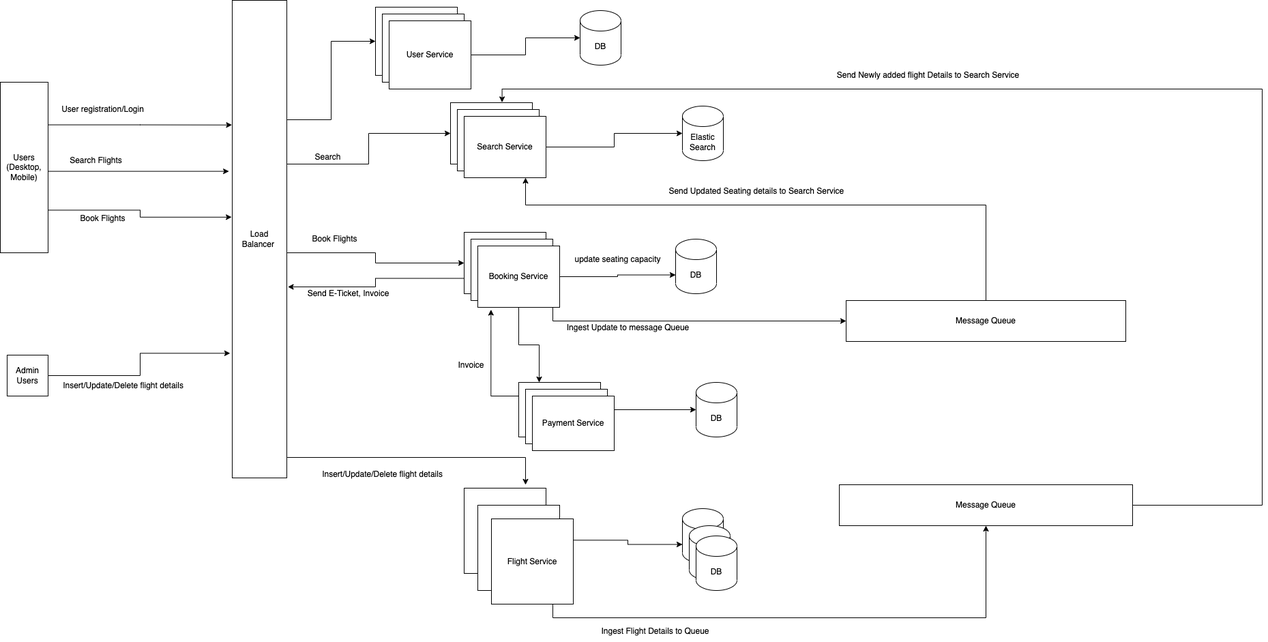
TanayaKarmakar/high_level_design keeps this draw.io diagram as airline_mgmt/Untitled Diagram.drawio.png. Above is the earlier version. Source tidied: cells renumbered, new cells last; positions are measured from the earlier drawing's top-left corner, leaving out a move shared by most shapes.
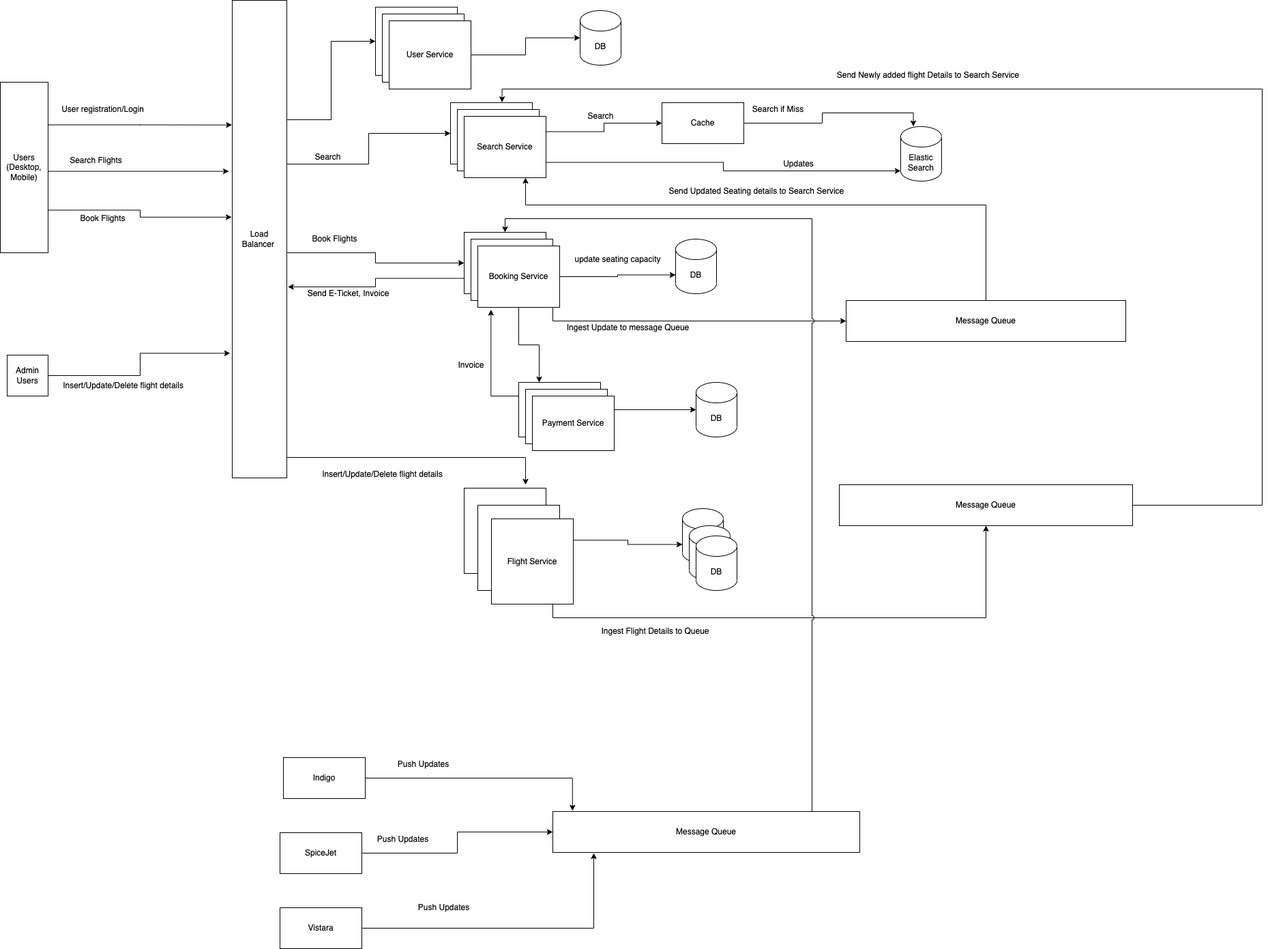
Above is the later version.

The edit, as a diff of the source:
```diff
@@ -66,7 +66,10 @@
     <mxCell id="15" value="Search Service" style="rounded=0;whiteSpace=wrap;html=1;" parent="1" vertex="1">
       <mxGeometry x="670" y="160" width="120" height="90" as="geometry" />
     </mxCell>
+    <mxCell id="63" style="edgeStyle=orthogonalEdgeStyle;rounded=0;jumpStyle=arc;jettySize=auto;html=1;exitX=1;exitY=0.25;exitDx=0;exitDy=0;entryX=0;entryY=0.5;entryDx=0;entryDy=0;" parent="1" edge="1" source="17" target="76">
+      <mxGeometry relative="1" as="geometry" />
+    </mxCell>
-    <mxCell id="16" style="edgeStyle=orthogonalEdgeStyle;rounded=0;jettySize=auto;html=1;exitX=1;exitY=0.5;exitDx=0;exitDy=0;" parent="1" edge="1" source="17" target="19">
+    <mxCell id="16" style="edgeStyle=orthogonalEdgeStyle;rounded=0;jumpStyle=arc;jettySize=auto;html=1;exitX=1;exitY=0.75;exitDx=0;exitDy=0;entryX=0;entryY=1;entryDx=0;entryDy=-15;entryPerimeter=0;" parent="1" edge="1" source="17" target="19">
       <mxGeometry relative="1" as="geometry" />
     </mxCell>
     <mxCell id="17" value="Search Service" style="rounded=0;whiteSpace=wrap;html=1;" parent="1" vertex="1">
@@ -76,7 +79,7 @@
       <mxGeometry x="450" y="215" width="60" height="30" as="geometry" />
     </mxCell>
     <mxCell id="19" value="Elastic Search" style="shape=cylinder3;whiteSpace=wrap;html=1;boundedLbl=1;backgroundOutline=1;size=15;" parent="1" vertex="1">
-      <mxGeometry x="1000" y="155" width="60" height="80" as="geometry" />
+      <mxGeometry x="1320" y="185" width="60" height="80" as="geometry" />
     </mxCell>
     <mxCell id="20" style="edgeStyle=orthogonalEdgeStyle;rounded=0;jettySize=auto;html=1;exitX=0;exitY=0.75;exitDx=0;exitDy=0;entryX=1.019;entryY=0.6;entryDx=0;entryDy=0;entryPerimeter=0;" parent="1" edge="1" source="21" target="8">
       <mxGeometry relative="1" as="geometry" />
@@ -223,5 +226,61 @@
     <mxCell id="62" value="Invoice" style="text;html=1;align=center;verticalAlign=middle;strokeColor=none;fillColor=none;" parent="1" vertex="1">
       <mxGeometry x="660" y="520" width="60" height="30" as="geometry" />
     </mxCell>
+    <mxCell id="64" style="edgeStyle=orthogonalEdgeStyle;rounded=0;jettySize=auto;html=1;exitX=1;exitY=0.5;exitDx=0;exitDy=0;entryX=0.064;entryY=-0.018;entryDx=0;entryDy=0;entryPerimeter=0;" parent="1" edge="1" source="65" target="71">
+      <mxGeometry relative="1" as="geometry" />
+    </mxCell>
+    <mxCell id="65" value="Indigo" style="rounded=0;whiteSpace=wrap;html=1;" parent="1" vertex="1">
+      <mxGeometry x="415" y="1110" width="120" height="60" as="geometry" />
+    </mxCell>
+    <mxCell id="66" style="edgeStyle=orthogonalEdgeStyle;rounded=0;jettySize=auto;html=1;exitX=1;exitY=0.5;exitDx=0;exitDy=0;entryX=0;entryY=0.5;entryDx=0;entryDy=0;" parent="1" edge="1" source="67" target="71">
+      <mxGeometry relative="1" as="geometry" />
+    </mxCell>
+    <mxCell id="67" value="SpiceJet" style="rounded=0;whiteSpace=wrap;html=1;" parent="1" vertex="1">
+      <mxGeometry x="410" y="1220" width="120" height="60" as="geometry" />
+    </mxCell>
+    <mxCell id="68" style="edgeStyle=orthogonalEdgeStyle;rounded=0;jettySize=auto;html=1;exitX=1;exitY=0.5;exitDx=0;exitDy=0;" parent="1" edge="1" source="69">
+      <mxGeometry relative="1" as="geometry">
+        <mxPoint x="870" y="1250" as="targetPoint" />
+      </mxGeometry>
+    </mxCell>
+    <mxCell id="69" value="Vistara" style="rounded=0;whiteSpace=wrap;html=1;" parent="1" vertex="1">
+      <mxGeometry x="410" y="1330" width="120" height="60" as="geometry" />
+    </mxCell>
+    <mxCell id="70" style="edgeStyle=orthogonalEdgeStyle;rounded=0;jettySize=auto;html=1;exitX=1;exitY=0.5;exitDx=0;exitDy=0;entryX=0.5;entryY=0;entryDx=0;entryDy=0;jumpStyle=arc;" parent="1" edge="1" source="71" target="21">
+      <mxGeometry relative="1" as="geometry">
+        <Array as="points">
+          <mxPoint x="1190" y="1219" />
+          <mxPoint x="1190" y="320" />
+          <mxPoint x="740" y="320" />
+        </Array>
+      </mxGeometry>
+    </mxCell>
+    <mxCell id="71" value="Message Queue" style="rounded=0;whiteSpace=wrap;html=1;" parent="1" vertex="1">
+      <mxGeometry x="810" y="1189" width="450" height="60" as="geometry" />
+    </mxCell>
+    <mxCell id="72" value="Push Updates" style="text;html=1;align=center;verticalAlign=middle;strokeColor=none;fillColor=none;" parent="1" vertex="1">
+      <mxGeometry x="600" y="1315" width="100" height="30" as="geometry" />
+    </mxCell>
+    <mxCell id="73" value="Push Updates" style="text;html=1;align=center;verticalAlign=middle;strokeColor=none;fillColor=none;" parent="1" vertex="1">
+      <mxGeometry x="540" y="1215" width="100" height="30" as="geometry" />
+    </mxCell>
+    <mxCell id="74" value="Push Updates" style="text;html=1;align=center;verticalAlign=middle;strokeColor=none;fillColor=none;" parent="1" vertex="1">
+      <mxGeometry x="570" y="1105" width="100" height="30" as="geometry" />
+    </mxCell>
+    <mxCell id="75" style="edgeStyle=orthogonalEdgeStyle;rounded=0;jumpStyle=arc;jettySize=auto;html=1;exitX=1;exitY=0.5;exitDx=0;exitDy=0;entryX=0.309;entryY=-0.003;entryDx=0;entryDy=0;entryPerimeter=0;" parent="1" edge="1" source="76" target="19">
+      <mxGeometry relative="1" as="geometry" />
+    </mxCell>
+    <mxCell id="76" value="Cache" style="rounded=0;whiteSpace=wrap;html=1;" parent="1" vertex="1">
+      <mxGeometry x="970" y="150" width="120" height="60" as="geometry" />
+    </mxCell>
+    <mxCell id="77" value="Updates" style="text;html=1;align=center;verticalAlign=middle;strokeColor=none;fillColor=none;" parent="1" vertex="1">
+      <mxGeometry x="1135" y="225" width="70" height="30" as="geometry" />
+    </mxCell>
+    <mxCell id="78" value="Search" style="text;html=1;align=center;verticalAlign=middle;strokeColor=none;fillColor=none;" parent="1" vertex="1">
+      <mxGeometry x="850" y="155" width="60" height="30" as="geometry" />
+    </mxCell>
+    <mxCell id="79" value="Search if Miss" style="text;html=1;align=center;verticalAlign=middle;strokeColor=none;fillColor=none;" parent="1" vertex="1">
+      <mxGeometry x="1090" y="145" width="100" height="30" as="geometry" />
+    </mxCell>
   </root>
 </mxGraphModel>
```
